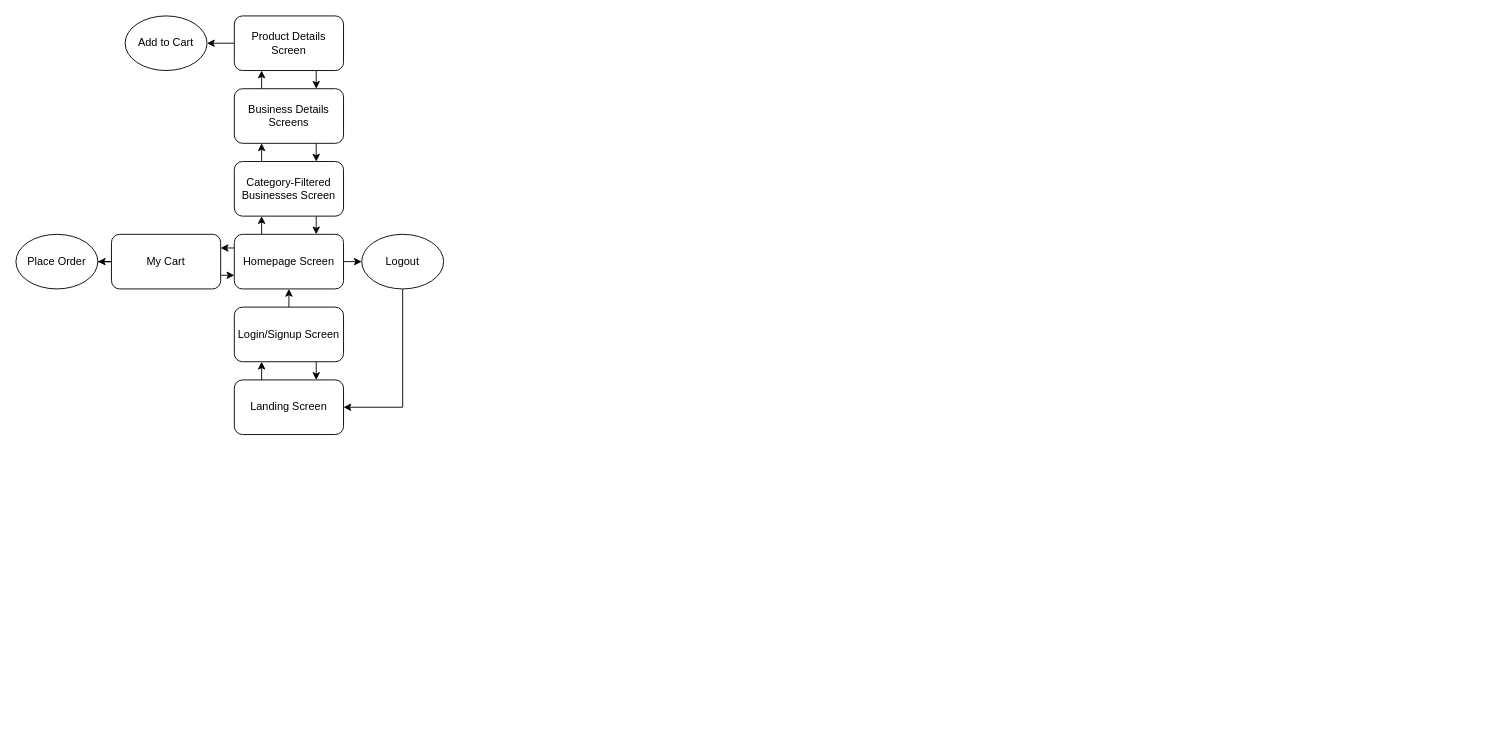
The draw.io diagram RelationshipBetweenScreens.drawio in Thakkar-Khushang/Lofy-Backend, before the edit. Source tidied: cells renumbered, new cells numbered last; positions are measured from the earlier drawing's top-left corner, leaving out a move shared by most shapes. Both pictures are drawn from the tidied source at 91%, with x=0, y=0 at pixel (15, 15).
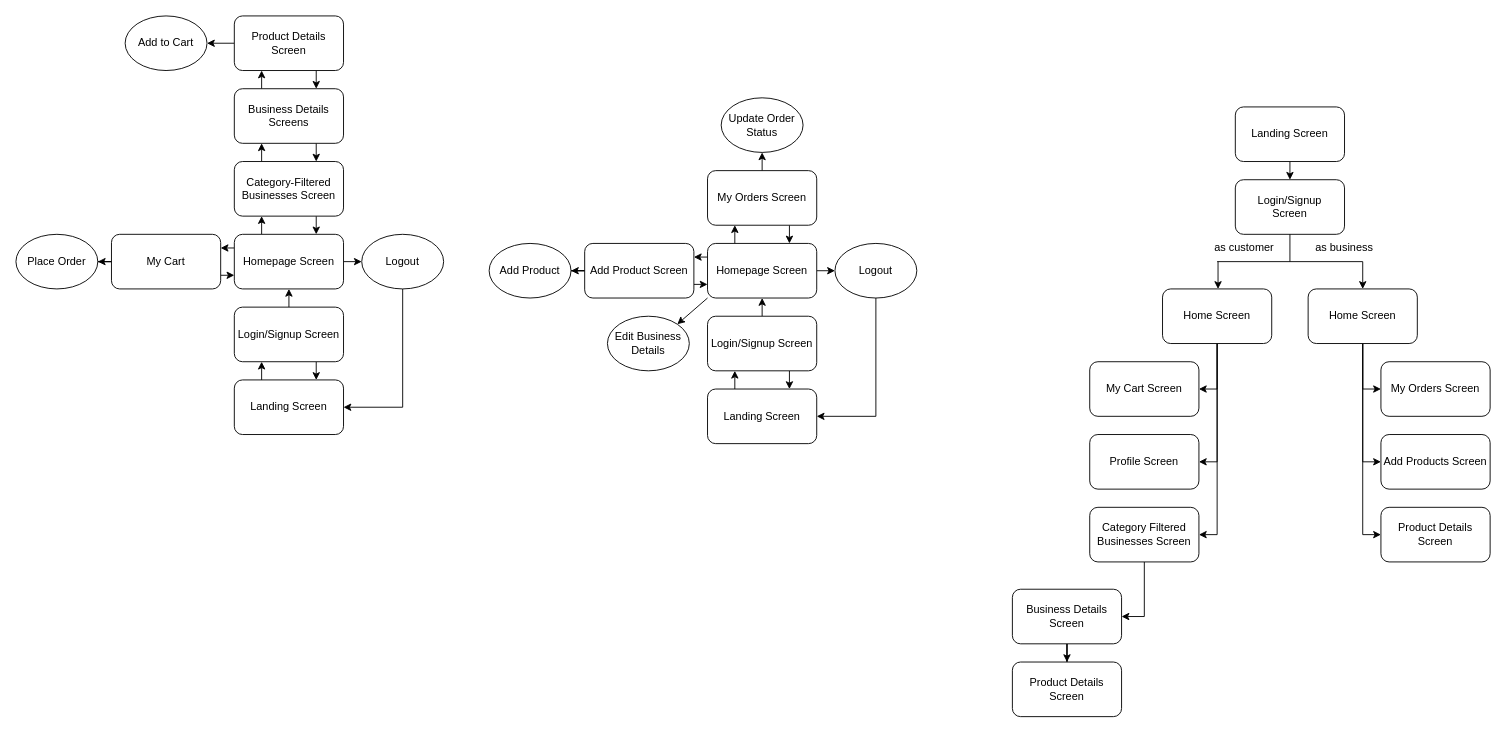
The same page after the edit.

Diff of the diagram source:
```diff
@@
+    <mxCell id="27" style="edgeStyle=orthogonalEdgeStyle;rounded=0;jettySize=auto;html=1;exitX=0.25;exitY=0;exitDx=0;exitDy=0;entryX=0.25;entryY=1;entryDx=0;entryDy=0;" parent="1" edge="1" source="28" target="31">
+      <mxGeometry relative="1" as="geometry" />
+    </mxCell>
+    <mxCell id="28" value="Landing Screen" style="rounded=1;whiteSpace=wrap;html=1;" parent="1" vertex="1">
+      <mxGeometry x="760" y="410" width="120" height="60" as="geometry" />
+    </mxCell>
+    <mxCell id="29" style="edgeStyle=orthogonalEdgeStyle;rounded=0;jettySize=auto;html=1;exitX=0.5;exitY=0;exitDx=0;exitDy=0;entryX=0.5;entryY=1;entryDx=0;entryDy=0;" parent="1" edge="1" source="31" target="35">
+      <mxGeometry relative="1" as="geometry" />
+    </mxCell>
+    <mxCell id="30" style="edgeStyle=orthogonalEdgeStyle;rounded=0;jettySize=auto;html=1;exitX=0.75;exitY=1;exitDx=0;exitDy=0;entryX=0.75;entryY=0;entryDx=0;entryDy=0;" parent="1" edge="1" source="31" target="28">
+      <mxGeometry relative="1" as="geometry" />
+    </mxCell>
+    <mxCell id="31" value="Login/Signup Screen" style="rounded=1;whiteSpace=wrap;html=1;" parent="1" vertex="1">
+      <mxGeometry x="760" y="330" width="120" height="60" as="geometry" />
+    </mxCell>
+    <mxCell id="32" style="edgeStyle=orthogonalEdgeStyle;rounded=0;jettySize=auto;html=1;exitX=0.25;exitY=0;exitDx=0;exitDy=0;entryX=0.25;entryY=1;entryDx=0;entryDy=0;" parent="1" edge="1" source="35" target="38">
+      <mxGeometry relative="1" as="geometry" />
+    </mxCell>
+    <mxCell id="33" style="edgeStyle=orthogonalEdgeStyle;rounded=0;jettySize=auto;html=1;exitX=1;exitY=0.5;exitDx=0;exitDy=0;entryX=0;entryY=0.5;entryDx=0;entryDy=0;" parent="1" edge="1" source="35" target="40">
+      <mxGeometry relative="1" as="geometry" />
+    </mxCell>
+    <mxCell id="34" style="edgeStyle=orthogonalEdgeStyle;rounded=0;jettySize=auto;html=1;exitX=0;exitY=0.25;exitDx=0;exitDy=0;entryX=1;entryY=0.25;entryDx=0;entryDy=0;" parent="1" edge="1" source="35" target="43">
+      <mxGeometry relative="1" as="geometry" />
+    </mxCell>
+    <mxCell id="35" value="Homepage Screen" style="rounded=1;whiteSpace=wrap;html=1;" parent="1" vertex="1">
+      <mxGeometry x="760" y="250" width="120" height="60" as="geometry" />
+    </mxCell>
+    <mxCell id="36" style="edgeStyle=orthogonalEdgeStyle;rounded=0;jettySize=auto;html=1;exitX=0.75;exitY=1;exitDx=0;exitDy=0;entryX=0.75;entryY=0;entryDx=0;entryDy=0;" parent="1" edge="1" source="38" target="35">
+      <mxGeometry relative="1" as="geometry" />
+    </mxCell>
+    <mxCell id="37" style="edgeStyle=orthogonalEdgeStyle;rounded=0;jettySize=auto;html=1;exitX=0.5;exitY=0;exitDx=0;exitDy=0;entryX=0.5;entryY=1;entryDx=0;entryDy=0;" parent="1" edge="1" source="38" target="45">
+      <mxGeometry relative="1" as="geometry" />
+    </mxCell>
+    <mxCell id="38" value="My Orders Screen" style="rounded=1;whiteSpace=wrap;html=1;" parent="1" vertex="1">
+      <mxGeometry x="760" y="170" width="120" height="60" as="geometry" />
+    </mxCell>
+    <mxCell id="39" style="edgeStyle=orthogonalEdgeStyle;rounded=0;jettySize=auto;html=1;exitX=0.5;exitY=1;exitDx=0;exitDy=0;entryX=1;entryY=0.5;entryDx=0;entryDy=0;" parent="1" edge="1" source="40" target="28">
+      <mxGeometry relative="1" as="geometry" />
+    </mxCell>
+    <mxCell id="40" value="Logout" style="ellipse;whiteSpace=wrap;html=1;" parent="1" vertex="1">
+      <mxGeometry x="900" y="250" width="90" height="60" as="geometry" />
+    </mxCell>
+    <mxCell id="41" style="edgeStyle=orthogonalEdgeStyle;rounded=0;jettySize=auto;html=1;exitX=1;exitY=0.75;exitDx=0;exitDy=0;entryX=0;entryY=0.75;entryDx=0;entryDy=0;" parent="1" edge="1" source="43" target="35">
+      <mxGeometry relative="1" as="geometry" />
+    </mxCell>
+    <mxCell id="42" style="edgeStyle=orthogonalEdgeStyle;rounded=0;jettySize=auto;html=1;exitX=0;exitY=0.5;exitDx=0;exitDy=0;" parent="1" edge="1" source="43" target="44">
+      <mxGeometry relative="1" as="geometry" />
+    </mxCell>
+    <mxCell id="43" value="Add Product Screen" style="rounded=1;whiteSpace=wrap;html=1;" parent="1" vertex="1">
+      <mxGeometry x="625" y="250" width="120" height="60" as="geometry" />
+    </mxCell>
+    <mxCell id="44" value="Add Product" style="ellipse;whiteSpace=wrap;html=1;" parent="1" vertex="1">
+      <mxGeometry x="520" y="250" width="90" height="60" as="geometry" />
+    </mxCell>
+    <mxCell id="45" value="Update Order Status" style="ellipse;whiteSpace=wrap;html=1;" parent="1" vertex="1">
+      <mxGeometry x="775" y="90" width="90" height="60" as="geometry" />
+    </mxCell>
+    <mxCell id="46" value="Edit Business Details" style="ellipse;whiteSpace=wrap;html=1;" parent="1" vertex="1">
+      <mxGeometry x="650" y="330" width="90" height="60" as="geometry" />
+    </mxCell>
+    <mxCell id="47" style="endArrow=classic;html=1;rounded=0;exitX=0;exitY=1;exitDx=0;exitDy=0;entryX=1;entryY=0;entryDx=0;entryDy=0;" parent="1" edge="1" source="35" target="46">
+      <mxGeometry relative="1" as="geometry" />
+    </mxCell>
+    <mxCell id="48" style="edgeStyle=orthogonalEdgeStyle;rounded=0;jettySize=auto;html=1;exitX=0.5;exitY=1;exitDx=0;exitDy=0;entryX=0.5;entryY=0;entryDx=0;entryDy=0;" parent="1" edge="1" source="49" target="50">
+      <mxGeometry relative="1" as="geometry" />
+    </mxCell>
+    <mxCell id="49" value="Landing Screen" style="rounded=1;whiteSpace=wrap;html=1;" parent="1" vertex="1">
+      <mxGeometry x="1340" y="100" width="120" height="60" as="geometry" />
+    </mxCell>
+    <mxCell id="50" value="Login/Signup&lt;br&gt;Screen" style="rounded=1;whiteSpace=wrap;html=1;" parent="1" vertex="1">
+      <mxGeometry x="1340" y="180" width="120" height="60" as="geometry" />
+    </mxCell>
+    <mxCell id="51" style="endArrow=none;html=1;rounded=0;entryX=0.5;entryY=1;entryDx=0;entryDy=0;" parent="1" edge="1" target="50">
+      <mxGeometry relative="1" as="geometry">
+        <mxPoint x="1400" y="270" as="sourcePoint" />
+      </mxGeometry>
+    </mxCell>
+    <mxCell id="52" style="endArrow=none;html=1;rounded=0;" parent="1" edge="1">
+      <mxGeometry relative="1" as="geometry">
+        <mxPoint x="1320" y="270" as="sourcePoint" />
+        <mxPoint x="1480" y="270" as="targetPoint" />
+      </mxGeometry>
+    </mxCell>
+    <mxCell id="53" value="as customer" style="text;html=1;strokeColor=none;fillColor=none;align=center;verticalAlign=middle;whiteSpace=wrap;rounded=0;" parent="1" vertex="1">
+      <mxGeometry x="1300" y="240" width="100" height="30" as="geometry" />
+    </mxCell>
+    <mxCell id="54" value="as business" style="text;html=1;strokeColor=none;fillColor=none;align=center;verticalAlign=middle;whiteSpace=wrap;rounded=0;" parent="1" vertex="1">
+      <mxGeometry x="1410" y="240" width="100" height="30" as="geometry" />
+    </mxCell>
+    <mxCell id="55" style="endArrow=classic;html=1;rounded=0;" parent="1" edge="1">
+      <mxGeometry relative="1" as="geometry">
+        <mxPoint x="1321" y="270" as="sourcePoint" />
+        <mxPoint x="1321" y="300" as="targetPoint" />
+      </mxGeometry>
+    </mxCell>
+    <mxCell id="56" style="endArrow=classic;html=1;rounded=0;" parent="1" edge="1">
+      <mxGeometry relative="1" as="geometry">
+        <mxPoint x="1480" y="270" as="sourcePoint" />
+        <mxPoint x="1480" y="300" as="targetPoint" />
+      </mxGeometry>
+    </mxCell>
+    <mxCell id="57" style="edgeStyle=orthogonalEdgeStyle;rounded=0;jettySize=auto;html=1;exitX=0.5;exitY=1;exitDx=0;exitDy=0;entryX=1;entryY=0.5;entryDx=0;entryDy=0;" parent="1" edge="1" source="60" target="65">
+      <mxGeometry relative="1" as="geometry" />
+    </mxCell>
+    <mxCell id="58" style="edgeStyle=orthogonalEdgeStyle;rounded=0;jettySize=auto;html=1;exitX=0.5;exitY=1;exitDx=0;exitDy=0;entryX=1;entryY=0.5;entryDx=0;entryDy=0;" parent="1" edge="1" source="60" target="66">
+      <mxGeometry relative="1" as="geometry" />
+    </mxCell>
+    <mxCell id="59" style="edgeStyle=orthogonalEdgeStyle;rounded=0;jettySize=auto;html=1;exitX=0.5;exitY=1;exitDx=0;exitDy=0;entryX=1;entryY=0.5;entryDx=0;entryDy=0;" parent="1" edge="1" source="60" target="68">
+      <mxGeometry relative="1" as="geometry" />
+    </mxCell>
+    <mxCell id="60" value="Home Screen" style="rounded=1;whiteSpace=wrap;html=1;" parent="1" vertex="1">
+      <mxGeometry x="1260" y="300" width="120" height="60" as="geometry" />
+    </mxCell>
+    <mxCell id="61" style="edgeStyle=orthogonalEdgeStyle;rounded=0;jettySize=auto;html=1;exitX=0.5;exitY=1;exitDx=0;exitDy=0;entryX=0;entryY=0.5;entryDx=0;entryDy=0;" parent="1" edge="1" source="64" target="72">
+      <mxGeometry relative="1" as="geometry" />
+    </mxCell>
+    <mxCell id="62" style="edgeStyle=orthogonalEdgeStyle;rounded=0;jettySize=auto;html=1;exitX=0.5;exitY=1;exitDx=0;exitDy=0;entryX=0;entryY=0.5;entryDx=0;entryDy=0;" parent="1" edge="1" source="64" target="73">
+      <mxGeometry relative="1" as="geometry" />
+    </mxCell>
+    <mxCell id="63" style="edgeStyle=orthogonalEdgeStyle;rounded=0;jettySize=auto;html=1;exitX=0.5;exitY=1;exitDx=0;exitDy=0;entryX=0;entryY=0.5;entryDx=0;entryDy=0;" parent="1" edge="1" source="64" target="74">
+      <mxGeometry relative="1" as="geometry" />
+    </mxCell>
+    <mxCell id="64" value="Home Screen" style="rounded=1;whiteSpace=wrap;html=1;" parent="1" vertex="1">
+      <mxGeometry x="1420" y="300" width="120" height="60" as="geometry" />
+    </mxCell>
+    <mxCell id="65" value="My Cart Screen" style="rounded=1;whiteSpace=wrap;html=1;" parent="1" vertex="1">
+      <mxGeometry x="1180" y="380" width="120" height="60" as="geometry" />
+    </mxCell>
+    <mxCell id="66" value="Profile Screen" style="rounded=1;whiteSpace=wrap;html=1;" parent="1" vertex="1">
+      <mxGeometry x="1180" y="460" width="120" height="60" as="geometry" />
+    </mxCell>
+    <mxCell id="67" style="edgeStyle=orthogonalEdgeStyle;rounded=0;jettySize=auto;html=1;exitX=0.5;exitY=1;exitDx=0;exitDy=0;entryX=1;entryY=0.5;entryDx=0;entryDy=0;" parent="1" edge="1" source="68" target="70">
+      <mxGeometry relative="1" as="geometry" />
+    </mxCell>
+    <mxCell id="68" value="Category Filtered Businesses Screen" style="rounded=1;whiteSpace=wrap;html=1;" parent="1" vertex="1">
+      <mxGeometry x="1180" y="540" width="120" height="60" as="geometry" />
+    </mxCell>
+    <mxCell id="69" style="edgeStyle=orthogonalEdgeStyle;rounded=0;jettySize=auto;html=1;exitX=0.5;exitY=1;exitDx=0;exitDy=0;" parent="1" edge="1" source="70" target="71">
+      <mxGeometry relative="1" as="geometry" />
+    </mxCell>
+    <mxCell id="70" value="Business Details Screen" style="rounded=1;whiteSpace=wrap;html=1;" parent="1" vertex="1">
+      <mxGeometry x="1095" y="630" width="120" height="60" as="geometry" />
+    </mxCell>
+    <mxCell id="71" value="Product Details Screen" style="rounded=1;whiteSpace=wrap;html=1;" parent="1" vertex="1">
+      <mxGeometry x="1095" y="710" width="120" height="60" as="geometry" />
+    </mxCell>
+    <mxCell id="72" value="My Orders Screen" style="rounded=1;whiteSpace=wrap;html=1;" parent="1" vertex="1">
+      <mxGeometry x="1500" y="380" width="120" height="60" as="geometry" />
+    </mxCell>
+    <mxCell id="73" value="Add Products Screen" style="rounded=1;whiteSpace=wrap;html=1;" parent="1" vertex="1">
+      <mxGeometry x="1500" y="460" width="120" height="60" as="geometry" />
+    </mxCell>
+    <mxCell id="74" value="Product Details Screen" style="rounded=1;whiteSpace=wrap;html=1;" parent="1" vertex="1">
+      <mxGeometry x="1500" y="540" width="120" height="60" as="geometry" />
+    </mxCell>
```
